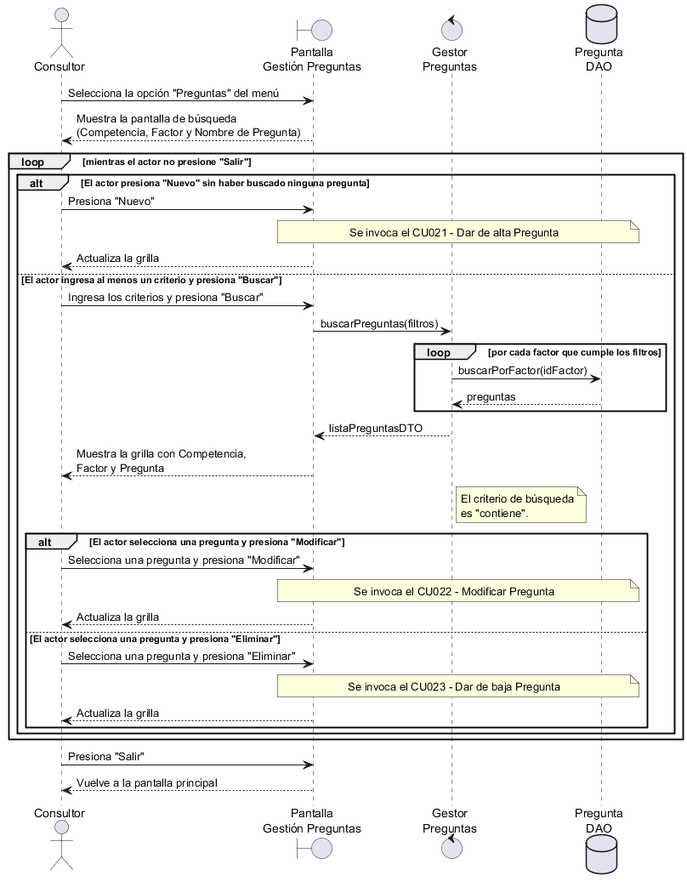
This is Entrega 5 - Diagramas de Secuencia/CU020_GestionarPreguntas.png from francopittavino/Design, a PlantUML export, as it was before one commit.
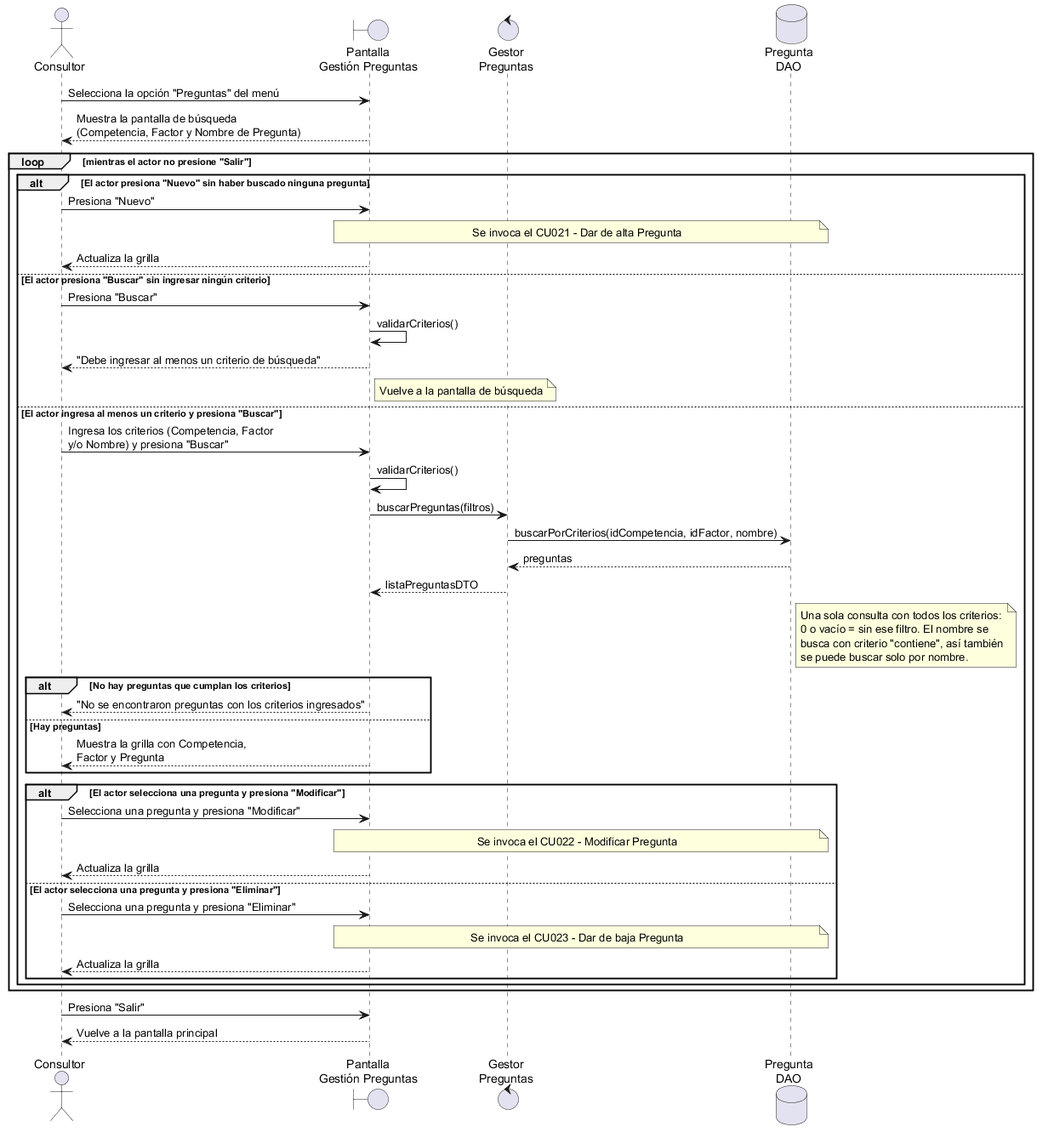
After the commit.

What changed in the source:
```diff
@@ -16,23 +16,34 @@
     note over PANT, DAO : Se invoca el CU021 - Dar de alta Pregunta
     PANT --> Consultor : Actualiza la grilla
 
+  else El actor presiona "Buscar" sin ingresar ningún criterio
+
+    Consultor -> PANT : Presiona "Buscar"
+    PANT -> PANT : validarCriterios()
+    PANT --> Consultor : "Debe ingresar al menos un criterio de búsqueda"
+    note right of PANT : Vuelve a la pantalla de búsqueda
+
   else El actor ingresa al menos un criterio y presiona "Buscar"
 
-    Consultor -> PANT : Ingresa los criterios y presiona "Buscar"
+    Consultor -> PANT : Ingresa los criterios (Competencia, Factor\ny/o Nombre) y presiona "Buscar"
+    PANT -> PANT : validarCriterios()
     PANT -> GES : buscarPreguntas(filtros)
+    GES -> DAO : buscarPorCriterios(idCompetencia, idFactor, nombre)
+    DAO --> GES : preguntas
+    GES --> PANT : listaPreguntasDTO
 
-    loop por cada factor que cumple los filtros
-      GES -> DAO : buscarPorFactor(idFactor)
-      DAO --> GES : preguntas
+    note right of DAO
+      Una sola consulta con todos los criterios:
+      0 o vacío = sin ese filtro. El nombre se
+      busca con criterio "contiene", así también
+      se puede buscar solo por nombre.
+    end note
+
+    alt No hay preguntas que cumplan los criterios
+      PANT --> Consultor : "No se encontraron preguntas con los criterios ingresados"
+    else Hay preguntas
+      PANT --> Consultor : Muestra la grilla con Competencia,\nFactor y Pregunta
     end
-
-    GES --> PANT : listaPreguntasDTO
-    PANT --> Consultor : Muestra la grilla con Competencia,\nFactor y Pregunta
-
-    note right of GES
-      El criterio de búsqueda
-      es "contiene".
-    end note
 
     alt El actor selecciona una pregunta y presiona "Modificar"
 
```
